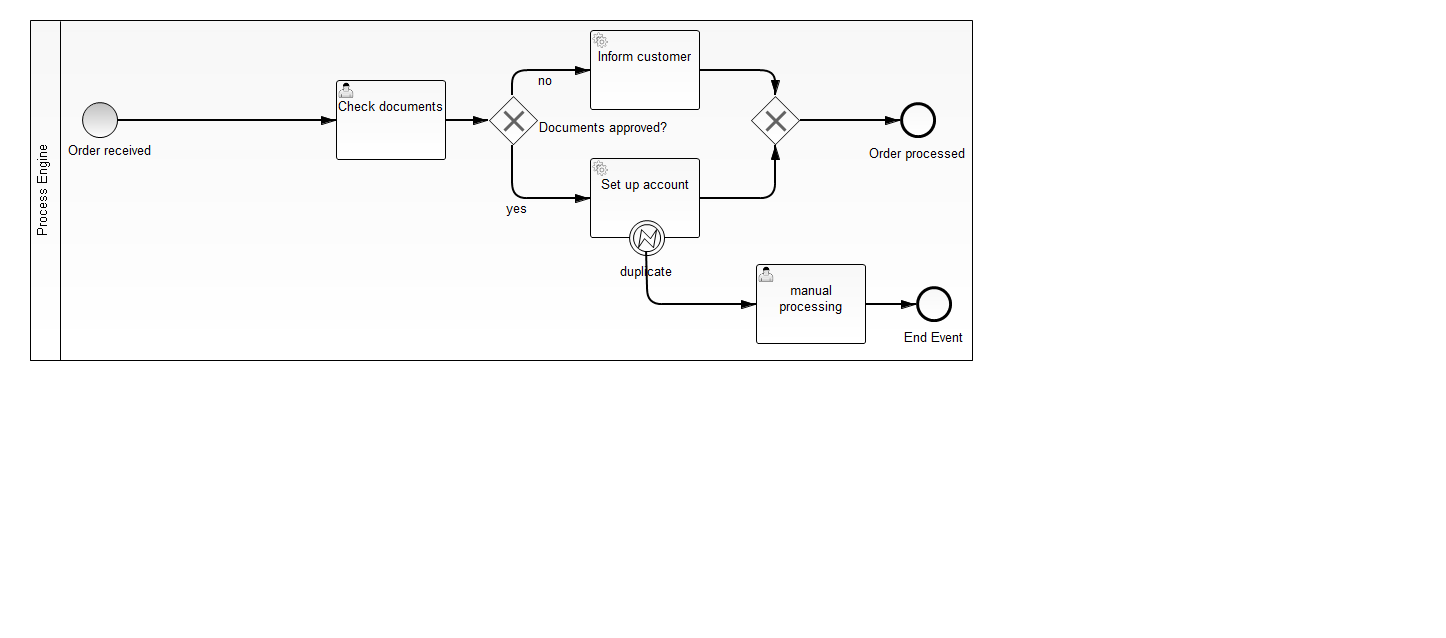
Earlier version of the BPMN export bank-account-opening-error-handling/src/main/resources/open-account-errorhandling.png (camunda-consulting/camunda-7-code-examples). Its source is kept beside it as bank-account-opening-error-handling/src/main/resources/open-account-errorhandling.bpmn. Ids are renumbered.
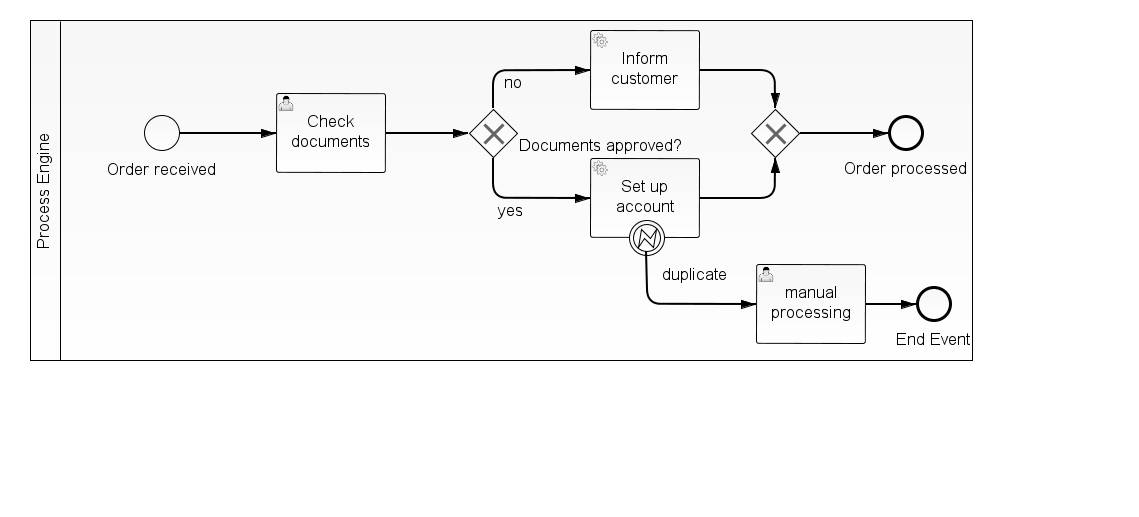
Above is the later version.

Commit message:
style(bank-account-opening-error-handling): improve BPMN layout

The edit, as a diff of the source:
```diff
@@ -3,7 +3,7 @@
     <bpmn2:participant id="process_engine" name="Process Engine" processRef="open-account-errorhandling"/>
   </bpmn2:collaboration>
   <bpmn2:process id="open-account-errorhandling" name="Open Account with Error Handling" isExecutable="true">
-    <bpmn2:startEvent id="order_received" activiti:formKey="app:start.jsf" name="Order received">
+    <bpmn2:startEvent id="order_received" activiti:formKey="embedded:app:apply-for-new-bank-account.html" name="Order received">
       <bpmn2:outgoing>SequenceFlow_4</bpmn2:outgoing>
     </bpmn2:startEvent>
     <bpmn2:userTask id="check_documents" activiti:assignee="demo" activiti:formKey="app:check-documents.jsf" name="Check documents">
@@ -66,59 +66,59 @@
         <dc:Bounds height="341.0" width="943.0" x="30.0" y="20.0"/>
       </bpmndi:BPMNShape>
       <bpmndi:BPMNShape id="BPMNShape_StartEvent_1" bpmnElement="order_received">
-        <dc:Bounds height="36.0" width="36.0" x="82.0" y="102.0"/>
+        <dc:Bounds height="36.0" width="36.0" x="144.0" y="115.0"/>
         <bpmndi:BPMNLabel id="BPMNLabel_1">
-          <dc:Bounds height="22.0" width="89.0" x="66.0" y="140.0"/>
+          <dc:Bounds height="26.0" width="115.0" x="105.0" y="157.0"/>
         </bpmndi:BPMNLabel>
       </bpmndi:BPMNShape>
       <bpmndi:BPMNShape id="BPMNShape_UserTask_1" bpmnElement="check_documents">
-        <dc:Bounds height="80.0" width="110.0" x="336.0" y="80.0"/>
+        <dc:Bounds height="80.0" width="110.0" x="276.0" y="93.0"/>
       </bpmndi:BPMNShape>
       <bpmndi:BPMNShape id="BPMNShape_ExclusiveGateway_1" bpmnElement="documents_approved_gateway" isMarkerVisible="true">
-        <dc:Bounds height="50.0" width="50.0" x="488.0" y="95.0"/>
+        <dc:Bounds height="50.0" width="50.0" x="468.0" y="108.0"/>
         <bpmndi:BPMNLabel id="BPMNLabel_2">
-          <dc:Bounds height="22.0" width="134.0" x="537.0" y="117.0"/>
+          <dc:Bounds height="26.0" width="169.0" x="517.0" y="133.0"/>
         </bpmndi:BPMNLabel>
       </bpmndi:BPMNShape>
       <bpmndi:BPMNEdge id="BPMNEdge_SequenceFlow_3" bpmnElement="SequenceFlow_3" sourceElement="BPMNShape_UserTask_1" targetElement="BPMNShape_ExclusiveGateway_1">
-        <di:waypoint xsi:type="dc:Point" x="446.0" y="120.0"/>
-        <di:waypoint xsi:type="dc:Point" x="488.0" y="120.0"/>
+        <di:waypoint xsi:type="dc:Point" x="386.0" y="133.0"/>
+        <di:waypoint xsi:type="dc:Point" x="468.0" y="133.0"/>
         <bpmndi:BPMNLabel>
-          <dc:Bounds height="0.0" width="0.0" x="471.0" y="120.0"/>
+          <dc:Bounds height="0.0" width="0.0" x="411.0" y="133.0"/>
         </bpmndi:BPMNLabel>
       </bpmndi:BPMNEdge>
       <bpmndi:BPMNShape id="BPMNShape_ServiceTask_1" bpmnElement="inform_customer">
         <dc:Bounds height="80.0" width="110.0" x="590.0" y="30.0"/>
       </bpmndi:BPMNShape>
       <bpmndi:BPMNEdge id="BPMNEdge_SequenceFlow_5" bpmnElement="SequenceFlow_5" sourceElement="BPMNShape_ExclusiveGateway_1" targetElement="BPMNShape_ServiceTask_1">
-        <di:waypoint xsi:type="dc:Point" x="513.0" y="95.0"/>
-        <di:waypoint xsi:type="dc:Point" x="512.0" y="70.0"/>
+        <di:waypoint xsi:type="dc:Point" x="493.0" y="108.0"/>
+        <di:waypoint xsi:type="dc:Point" x="493.0" y="70.0"/>
         <di:waypoint xsi:type="dc:Point" x="590.0" y="70.0"/>
         <bpmndi:BPMNLabel>
-          <dc:Bounds height="22.0" width="20.0" x="536.0" y="70.0"/>
+          <dc:Bounds height="26.0" width="24.0" x="502.0" y="70.0"/>
         </bpmndi:BPMNLabel>
       </bpmndi:BPMNEdge>
       <bpmndi:BPMNShape id="BPMNShape_ServiceTask_2" bpmnElement="set_up_account">
         <dc:Bounds height="80.0" width="110.0" x="590.0" y="158.0"/>
       </bpmndi:BPMNShape>
       <bpmndi:BPMNEdge id="BPMNEdge_SequenceFlow_6" bpmnElement="SequenceFlow_6" sourceElement="BPMNShape_ExclusiveGateway_1" targetElement="BPMNShape_ServiceTask_2">
-        <di:waypoint xsi:type="dc:Point" x="513.0" y="145.0"/>
-        <di:waypoint xsi:type="dc:Point" x="512.0" y="198.0"/>
+        <di:waypoint xsi:type="dc:Point" x="493.0" y="158.0"/>
+        <di:waypoint xsi:type="dc:Point" x="493.0" y="198.0"/>
         <di:waypoint xsi:type="dc:Point" x="590.0" y="198.0"/>
         <bpmndi:BPMNLabel>
-          <dc:Bounds height="22.0" width="27.0" x="504.0" y="198.0"/>
+          <dc:Bounds height="26.0" width="32.0" x="495.0" y="198.0"/>
         </bpmndi:BPMNLabel>
       </bpmndi:BPMNEdge>
       <bpmndi:BPMNShape id="BPMNShape_ExclusiveGateway_2" bpmnElement="merging_gateway_1" isMarkerVisible="true">
-        <dc:Bounds height="50.0" width="50.0" x="750.0" y="95.0"/>
+        <dc:Bounds height="50.0" width="50.0" x="750.0" y="108.0"/>
         <bpmndi:BPMNLabel>
-          <dc:Bounds height="0.0" width="0.0" x="775.0" y="150.0"/>
+          <dc:Bounds height="0.0" width="0.0" x="775.0" y="163.0"/>
         </bpmndi:BPMNLabel>
       </bpmndi:BPMNShape>
       <bpmndi:BPMNEdge id="BPMNEdge_SequenceFlow_7" bpmnElement="SequenceFlow_7" sourceElement="BPMNShape_ServiceTask_2" targetElement="BPMNShape_ExclusiveGateway_2">
         <di:waypoint xsi:type="dc:Point" x="700.0" y="198.0"/>
         <di:waypoint xsi:type="dc:Point" x="775.0" y="198.0"/>
-        <di:waypoint xsi:type="dc:Point" x="775.0" y="145.0"/>
+        <di:waypoint xsi:type="dc:Point" x="775.0" y="158.0"/>
         <bpmndi:BPMNLabel>
           <dc:Bounds height="0.0" width="0.0" x="757.0" y="198.0"/>
         </bpmndi:BPMNLabel>
@@ -126,30 +126,36 @@
       <bpmndi:BPMNEdge id="BPMNEdge_SequenceFlow_8" bpmnElement="SequenceFlow_8" sourceElement="BPMNShape_ServiceTask_1" targetElement="BPMNShape_ExclusiveGateway_2">
         <di:waypoint xsi:type="dc:Point" x="700.0" y="70.0"/>
         <di:waypoint xsi:type="dc:Point" x="775.0" y="70.0"/>
-        <di:waypoint xsi:type="dc:Point" x="775.0" y="95.0"/>
+        <di:waypoint xsi:type="dc:Point" x="775.0" y="108.0"/>
         <bpmndi:BPMNLabel>
           <dc:Bounds height="6.0" width="6.0" x="755.0" y="70.0"/>
         </bpmndi:BPMNLabel>
       </bpmndi:BPMNEdge>
       <bpmndi:BPMNShape id="BPMNShape_EndEvent_1" bpmnElement="order_processed">
-        <dc:Bounds height="36.0" width="36.0" x="900.0" y="102.0"/>
+        <dc:Bounds height="36.0" width="36.0" x="888.0" y="115.0"/>
         <bpmndi:BPMNLabel>
-          <dc:Bounds height="22.0" width="102.0" x="867.0" y="143.0"/>
+          <dc:Bounds height="26.0" width="129.0" x="842.0" y="156.0"/>
         </bpmndi:BPMNLabel>
       </bpmndi:BPMNShape>
       <bpmndi:BPMNEdge id="BPMNEdge_SequenceFlow_9" bpmnElement="SequenceFlow_9" sourceElement="BPMNShape_ExclusiveGateway_2" targetElement="BPMNShape_EndEvent_1">
-        <di:waypoint xsi:type="dc:Point" x="800.0" y="120.0"/>
-        <di:waypoint xsi:type="dc:Point" x="900.0" y="120.0"/>
+        <di:waypoint xsi:type="dc:Point" x="800.0" y="133.0"/>
+        <di:waypoint xsi:type="dc:Point" x="888.0" y="133.0"/>
         <bpmndi:BPMNLabel>
-          <dc:Bounds height="0.0" width="0.0" x="825.0" y="120.0"/>
+          <dc:Bounds height="0.0" width="0.0" x="825.0" y="133.0"/>
         </bpmndi:BPMNLabel>
       </bpmndi:BPMNEdge>
       <bpmndi:BPMNEdge id="BPMNEdge_SequenceFlow_4" bpmnElement="SequenceFlow_4" sourceElement="BPMNShape_StartEvent_1" targetElement="BPMNShape_UserTask_1">
-        <di:waypoint xsi:type="dc:Point" x="118.0" y="120.0"/>
-        <di:waypoint xsi:type="dc:Point" x="336.0" y="120.0"/>
+        <di:waypoint xsi:type="dc:Point" x="180.0" y="133.0"/>
+        <di:waypoint xsi:type="dc:Point" x="276.0" y="133.0"/>
+        <bpmndi:BPMNLabel>
+          <dc:Bounds height="6.0" width="6.0" x="225.0" y="133.0"/>
+        </bpmndi:BPMNLabel>
       </bpmndi:BPMNEdge>
       <bpmndi:BPMNShape id="_BPMNShape_BoundaryEvent_15" bpmnElement="BoundaryEvent_1">
         <dc:Bounds height="36.0" width="36.0" x="629.0" y="220.0"/>
+        <bpmndi:BPMNLabel>
+          <dc:Bounds height="26.0" width="71.0" x="660.0" y="262.0"/>
+        </bpmndi:BPMNLabel>
       </bpmndi:BPMNShape>
       <bpmndi:BPMNShape id="_BPMNShape_UserTask_26" bpmnElement="UserTask_1">
         <dc:Bounds height="80.0" width="110.0" x="756.0" y="264.0"/>
```
